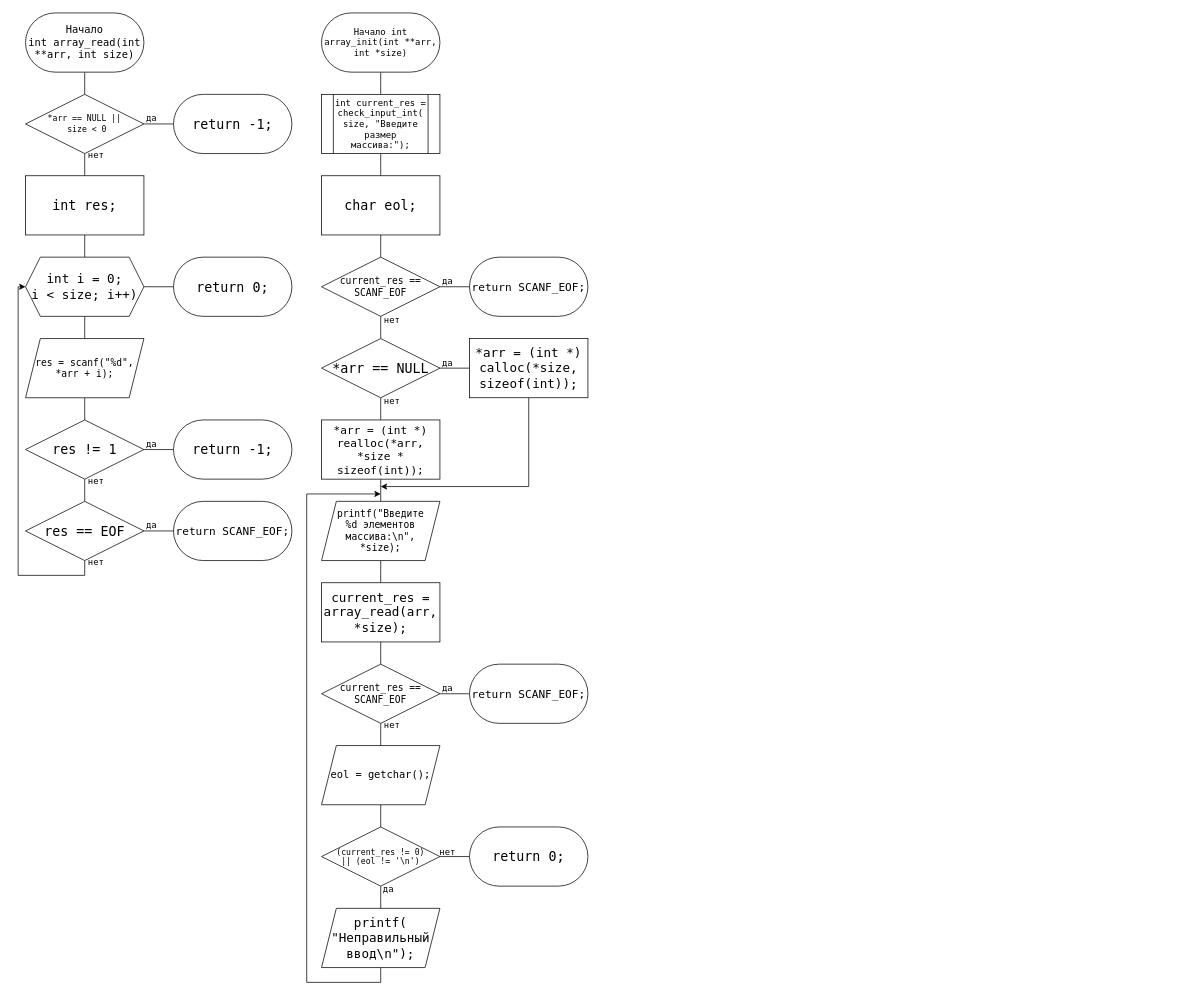
Before: lab3.drawio in molchanov71/MEPhIflowcharts, a draw.io diagram. Source tidied: cells renumbered, new cells numbered last; positions are measured from the earlier drawing's top-left corner, leaving out a move shared by most shapes. Both pictures are drawn from the tidied source at 74%, with x=0, y=0 at pixel (18, 13).
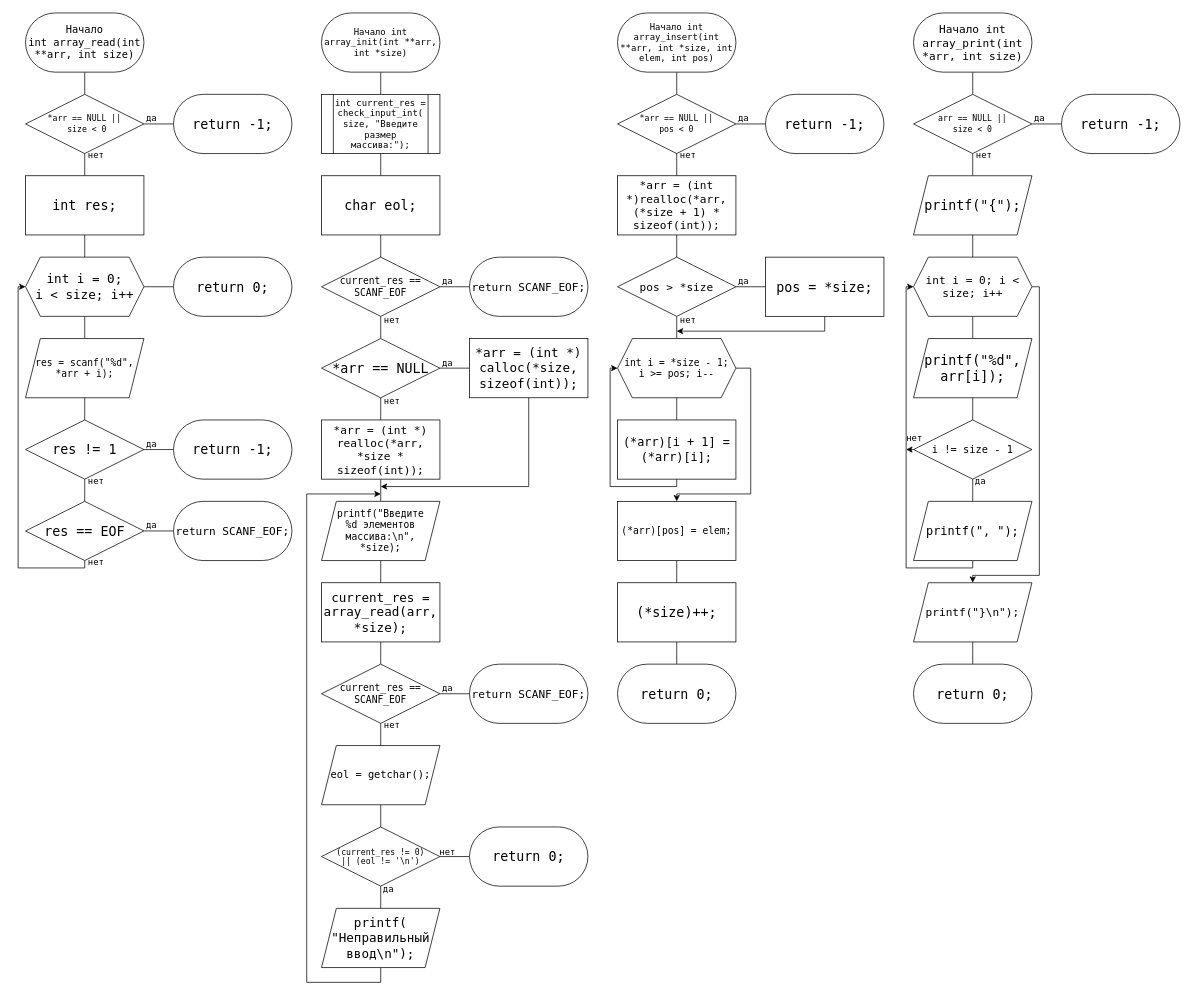
Above is the later version.

Unchanged cells that the change refers to:
```xml
<mxCell id="21" value="&lt;font style=&quot;font-size: 18px;&quot; face=&quot;Lucida Console&quot;&gt;res == EOF&lt;/font&gt;" style="rhombus;whiteSpace=wrap;html=1;" parent="1" vertex="1">
  <mxGeometry x="10" y="660" width="160" height="80" as="geometry" />
</mxCell>
```

What changed in the source:
```diff
@@
-    <mxCell id="12" value="&lt;font style=&quot;font-size: 17px;&quot;&gt;int i = 0; &lt;br&gt;i &amp;lt; size; i++)&lt;/font&gt;" style="shape=hexagon;perimeter=hexagonPerimeter2;whiteSpace=wrap;html=1;fixedSize=1;fontFamily=Lucida Console;" parent="1" vertex="1">
+    <mxCell id="12" value="&lt;font style=&quot;font-size: 17px;&quot;&gt;int i = 0; &lt;br&gt;i &amp;lt; size; i++&lt;/font&gt;" style="shape=hexagon;perimeter=hexagonPerimeter2;whiteSpace=wrap;html=1;fixedSize=1;fontFamily=Lucida Console;" parent="1" vertex="1">
       <mxGeometry x="10" y="330" width="160" height="80" as="geometry" />
     </mxCell>
@@
     <mxCell id="19" style="edgeStyle=orthogonalEdgeStyle;rounded=0;jettySize=auto;html=1;exitX=0.5;exitY=1;exitDx=0;exitDy=0;entryX=0;entryY=0.5;entryDx=0;entryDy=0;" parent="1" edge="1" source="21" target="12">
       <mxGeometry relative="1" as="geometry">
         <Array as="points">
-          <mxPoint x="90" y="760" />
-          <mxPoint y="760" />
+          <mxPoint x="90" y="750" />
+          <mxPoint y="750" />
           <mxPoint y="370" />
         </Array>
       </mxGeometry>
     </mxCell>
@@
+    <mxCell id="71" style="edgeStyle=orthogonalEdgeStyle;rounded=0;jettySize=auto;html=1;exitX=0.5;exitY=1;exitDx=0;exitDy=0;entryX=0.5;entryY=0;entryDx=0;entryDy=0;endArrow=none;endFill=0;" parent="1" edge="1" source="72" target="74">
+      <mxGeometry relative="1" as="geometry" />
+    </mxCell>
+    <mxCell id="72" value="&lt;font face=&quot;Lucida Console&quot;&gt;Начало&amp;nbsp;int array_insert(int **arr, int *size, int elem, int pos)&lt;/font&gt;" style="rounded=1;whiteSpace=wrap;html=1;arcSize=50;" parent="1" vertex="1">
+      <mxGeometry x="810" width="160" height="80" as="geometry" />
+    </mxCell>
+    <mxCell id="73" style="edgeStyle=orthogonalEdgeStyle;rounded=0;jettySize=auto;html=1;exitX=1;exitY=0.5;exitDx=0;exitDy=0;entryX=0;entryY=0.5;entryDx=0;entryDy=0;endArrow=none;endFill=0;" parent="1" edge="1" source="74" target="75">
+      <mxGeometry relative="1" as="geometry" />
+    </mxCell>
+    <mxCell id="74" value="&lt;font style=&quot;font-size: 11px;&quot; face=&quot;Lucida Console&quot;&gt;*arr == NULL ||&lt;br&gt;pos &amp;lt; 0&lt;/font&gt;" style="rhombus;whiteSpace=wrap;html=1;" parent="1" vertex="1">
+      <mxGeometry x="810" y="110" width="160" height="80" as="geometry" />
+    </mxCell>
+    <mxCell id="75" value="&lt;font style=&quot;font-size: 18px;&quot; face=&quot;Lucida Console&quot;&gt;return -1;&lt;/font&gt;" style="rounded=1;whiteSpace=wrap;html=1;arcSize=50;" parent="1" vertex="1">
+      <mxGeometry x="1010" y="110" width="160" height="80" as="geometry" />
+    </mxCell>
+    <mxCell id="76" style="edgeStyle=orthogonalEdgeStyle;rounded=0;jettySize=auto;html=1;exitX=0.5;exitY=1;exitDx=0;exitDy=0;entryX=0.5;entryY=0;entryDx=0;entryDy=0;endArrow=none;endFill=0;" parent="1" edge="1" source="77" target="80">
+      <mxGeometry relative="1" as="geometry" />
+    </mxCell>
+    <mxCell id="77" value="&lt;font style=&quot;font-size: 15px;&quot; face=&quot;Lucida Console&quot;&gt;*arr = (int *)realloc(*arr, (*size + 1) * sizeof(int));&lt;/font&gt;" style="rounded=0;whiteSpace=wrap;html=1;" parent="1" vertex="1">
+      <mxGeometry x="810" y="220" width="160" height="80" as="geometry" />
+    </mxCell>
+    <mxCell id="78" style="edgeStyle=orthogonalEdgeStyle;rounded=0;jettySize=auto;html=1;exitX=1;exitY=0.5;exitDx=0;exitDy=0;entryX=0;entryY=0.5;entryDx=0;entryDy=0;endArrow=none;endFill=0;" parent="1" edge="1" source="80" target="82">
+      <mxGeometry relative="1" as="geometry" />
+    </mxCell>
+    <mxCell id="79" style="edgeStyle=orthogonalEdgeStyle;rounded=0;jettySize=auto;html=1;exitX=0.5;exitY=1;exitDx=0;exitDy=0;entryX=0.5;entryY=0;entryDx=0;entryDy=0;endArrow=none;endFill=0;" parent="1" edge="1" source="80" target="85">
+      <mxGeometry relative="1" as="geometry" />
+    </mxCell>
+    <mxCell id="80" value="&lt;font style=&quot;font-size: 15px;&quot; face=&quot;Lucida Console&quot;&gt;pos &amp;gt; *size&lt;/font&gt;" style="rhombus;whiteSpace=wrap;html=1;" parent="1" vertex="1">
+      <mxGeometry x="810" y="330" width="160" height="80" as="geometry" />
+    </mxCell>
+    <mxCell id="81" style="edgeStyle=orthogonalEdgeStyle;rounded=0;jettySize=auto;html=1;exitX=0.5;exitY=1;exitDx=0;exitDy=0;" parent="1" edge="1" source="82">
+      <mxGeometry relative="1" as="geometry">
+        <mxPoint x="890" y="430" as="targetPoint" />
+        <Array as="points">
+          <mxPoint x="1090" y="430" />
+        </Array>
+      </mxGeometry>
+    </mxCell>
+    <mxCell id="82" value="&lt;font face=&quot;Lucida Console&quot; style=&quot;font-size: 18px;&quot;&gt;pos = *size;&lt;/font&gt;" style="rounded=0;whiteSpace=wrap;html=1;" parent="1" vertex="1">
+      <mxGeometry x="1010" y="330" width="160" height="80" as="geometry" />
+    </mxCell>
+    <mxCell id="83" style="edgeStyle=orthogonalEdgeStyle;rounded=0;jettySize=auto;html=1;exitX=0.5;exitY=1;exitDx=0;exitDy=0;entryX=0.5;entryY=0;entryDx=0;entryDy=0;endArrow=none;endFill=0;" parent="1" edge="1" source="85" target="87">
+      <mxGeometry relative="1" as="geometry" />
+    </mxCell>
+    <mxCell id="84" style="edgeStyle=orthogonalEdgeStyle;rounded=0;jettySize=auto;html=1;exitX=1;exitY=0.5;exitDx=0;exitDy=0;entryX=0.5;entryY=0;entryDx=0;entryDy=0;" parent="1" edge="1" source="85" target="89">
+      <mxGeometry relative="1" as="geometry">
+        <Array as="points">
+          <mxPoint x="990" y="480" />
+          <mxPoint x="990" y="650" />
+          <mxPoint x="890" y="650" />
+        </Array>
+      </mxGeometry>
+    </mxCell>
+    <mxCell id="85" value="&lt;font style=&quot;font-size: 13px;&quot; face=&quot;Lucida Console&quot;&gt;int i = *size - 1;&lt;br&gt;i &amp;gt;= pos; i--&lt;/font&gt;" style="shape=hexagon;perimeter=hexagonPerimeter2;whiteSpace=wrap;html=1;fixedSize=1;" parent="1" vertex="1">
+      <mxGeometry x="810" y="440" width="160" height="80" as="geometry" />
+    </mxCell>
+    <mxCell id="86" style="edgeStyle=orthogonalEdgeStyle;rounded=0;jettySize=auto;html=1;exitX=0.5;exitY=1;exitDx=0;exitDy=0;entryX=0;entryY=0.5;entryDx=0;entryDy=0;" parent="1" edge="1" source="87" target="85">
+      <mxGeometry relative="1" as="geometry">
+        <Array as="points">
+          <mxPoint x="890" y="640" />
+          <mxPoint x="800" y="640" />
+          <mxPoint x="800" y="480" />
+        </Array>
+      </mxGeometry>
+    </mxCell>
+    <mxCell id="87" value="&lt;font style=&quot;font-size: 16px;&quot; face=&quot;Lucida Console&quot;&gt;(*arr)[i + 1] = (*arr)[i];&lt;/font&gt;" style="rounded=0;whiteSpace=wrap;html=1;" parent="1" vertex="1">
+      <mxGeometry x="810" y="550" width="160" height="80" as="geometry" />
+    </mxCell>
+    <mxCell id="88" style="edgeStyle=orthogonalEdgeStyle;rounded=0;jettySize=auto;html=1;exitX=0.5;exitY=1;exitDx=0;exitDy=0;entryX=0.5;entryY=0;entryDx=0;entryDy=0;endArrow=none;endFill=0;" parent="1" edge="1" source="89" target="91">
+      <mxGeometry relative="1" as="geometry" />
+    </mxCell>
+    <mxCell id="89" value="&lt;font style=&quot;font-size: 13px;&quot; face=&quot;Lucida Console&quot;&gt;(*arr)[pos] = elem;&lt;/font&gt;" style="rounded=0;whiteSpace=wrap;html=1;" parent="1" vertex="1">
+      <mxGeometry x="810" y="660" width="160" height="80" as="geometry" />
+    </mxCell>
+    <mxCell id="90" style="edgeStyle=orthogonalEdgeStyle;rounded=0;jettySize=auto;html=1;exitX=0.5;exitY=1;exitDx=0;exitDy=0;entryX=0.5;entryY=0;entryDx=0;entryDy=0;endArrow=none;endFill=0;" parent="1" edge="1" source="91" target="92">
+      <mxGeometry relative="1" as="geometry" />
+    </mxCell>
+    <mxCell id="91" value="&lt;font style=&quot;font-size: 18px;&quot; face=&quot;Lucida Console&quot;&gt;(*size)++;&lt;/font&gt;" style="rounded=0;whiteSpace=wrap;html=1;" parent="1" vertex="1">
+      <mxGeometry x="810" y="770" width="160" height="80" as="geometry" />
+    </mxCell>
+    <mxCell id="92" value="&lt;font style=&quot;font-size: 18px;&quot; face=&quot;Lucida Console&quot;&gt;return 0;&lt;/font&gt;" style="rounded=1;whiteSpace=wrap;html=1;arcSize=50;" parent="1" vertex="1">
+      <mxGeometry x="810" y="880" width="160" height="80" as="geometry" />
+    </mxCell>
+    <mxCell id="93" style="endArrow=none;html=1;rounded=0;entryX=0.5;entryY=1;entryDx=0;entryDy=0;exitX=0.5;exitY=0;exitDx=0;exitDy=0;" parent="1" edge="1" source="77" target="74">
+      <mxGeometry relative="1" as="geometry" />
+    </mxCell>
+    <mxCell id="94" value="&lt;font face=&quot;Lucida Console&quot;&gt;да&lt;/font&gt;" style="text;html=1;align=center;verticalAlign=middle;strokeColor=none;fillColor=none;" parent="1" vertex="1">
+      <mxGeometry x="960" y="128" width="40" height="30" as="geometry" />
+    </mxCell>
+    <mxCell id="95" value="&lt;font face=&quot;Lucida Console&quot;&gt;нет&lt;/font&gt;" style="text;html=1;align=center;verticalAlign=middle;strokeColor=none;fillColor=none;" parent="1" vertex="1">
+      <mxGeometry x="880" y="178" width="50" height="30" as="geometry" />
+    </mxCell>
+    <mxCell id="96" value="&lt;font face=&quot;Lucida Console&quot;&gt;да&lt;/font&gt;" style="text;html=1;align=center;verticalAlign=middle;strokeColor=none;fillColor=none;" parent="1" vertex="1">
+      <mxGeometry x="960" y="348" width="40" height="30" as="geometry" />
+    </mxCell>
+    <mxCell id="97" value="&lt;font face=&quot;Lucida Console&quot;&gt;нет&lt;/font&gt;" style="text;html=1;align=center;verticalAlign=middle;strokeColor=none;fillColor=none;" parent="1" vertex="1">
+      <mxGeometry x="880" y="400" width="50" height="30" as="geometry" />
+    </mxCell>
+    <mxCell id="98" style="edgeStyle=orthogonalEdgeStyle;rounded=0;jettySize=auto;html=1;exitX=0.5;exitY=1;exitDx=0;exitDy=0;entryX=0.5;entryY=0;entryDx=0;entryDy=0;endArrow=none;endFill=0;" parent="1" edge="1" source="99" target="102">
+      <mxGeometry relative="1" as="geometry" />
+    </mxCell>
+    <mxCell id="99" value="&lt;font style=&quot;font-size: 15px;&quot; face=&quot;Lucida Console&quot;&gt;Начало int array_print(int *arr, int size)&lt;/font&gt;" style="rounded=1;whiteSpace=wrap;html=1;arcSize=50;" parent="1" vertex="1">
+      <mxGeometry x="1210" width="160" height="80" as="geometry" />
+    </mxCell>
+    <mxCell id="100" style="edgeStyle=orthogonalEdgeStyle;rounded=0;jettySize=auto;html=1;exitX=1;exitY=0.5;exitDx=0;exitDy=0;entryX=0;entryY=0.5;entryDx=0;entryDy=0;endArrow=none;endFill=0;" parent="1" edge="1" source="102" target="103">
+      <mxGeometry relative="1" as="geometry" />
+    </mxCell>
+    <mxCell id="101" style="edgeStyle=orthogonalEdgeStyle;rounded=0;jettySize=auto;html=1;exitX=0.5;exitY=1;exitDx=0;exitDy=0;entryX=0.5;entryY=0;entryDx=0;entryDy=0;endArrow=none;endFill=0;" parent="1" edge="1" source="102" target="105">
+      <mxGeometry relative="1" as="geometry" />
+    </mxCell>
+    <mxCell id="102" value="&lt;font style=&quot;font-size: 11px;&quot; face=&quot;Lucida Console&quot;&gt;arr == NULL ||&lt;br&gt;size &amp;lt; 0&lt;/font&gt;" style="rhombus;whiteSpace=wrap;html=1;" parent="1" vertex="1">
+      <mxGeometry x="1210" y="110" width="160" height="80" as="geometry" />
+    </mxCell>
+    <mxCell id="103" value="&lt;font style=&quot;font-size: 18px;&quot; face=&quot;Lucida Console&quot;&gt;return -1;&lt;/font&gt;" style="rounded=1;whiteSpace=wrap;html=1;arcSize=50;" parent="1" vertex="1">
+      <mxGeometry x="1410" y="110" width="160" height="80" as="geometry" />
+    </mxCell>
+    <mxCell id="104" style="edgeStyle=orthogonalEdgeStyle;rounded=0;jettySize=auto;html=1;exitX=0.5;exitY=1;exitDx=0;exitDy=0;entryX=0.5;entryY=0;entryDx=0;entryDy=0;endArrow=none;endFill=0;" parent="1" edge="1" source="105" target="108">
+      <mxGeometry relative="1" as="geometry" />
+    </mxCell>
+    <mxCell id="105" value="&lt;font style=&quot;font-size: 18px;&quot; face=&quot;Lucida Console&quot;&gt;printf(&quot;{&quot;);&lt;/font&gt;" style="shape=parallelogram;perimeter=parallelogramPerimeter;whiteSpace=wrap;html=1;fixedSize=1;" parent="1" vertex="1">
+      <mxGeometry x="1210" y="220" width="160" height="80" as="geometry" />
+    </mxCell>
+    <mxCell id="106" style="edgeStyle=orthogonalEdgeStyle;rounded=0;jettySize=auto;html=1;exitX=0.5;exitY=1;exitDx=0;exitDy=0;entryX=0.5;entryY=0;entryDx=0;entryDy=0;endArrow=none;endFill=0;" parent="1" edge="1" source="108" target="110">
+      <mxGeometry relative="1" as="geometry" />
+    </mxCell>
+    <mxCell id="107" style="edgeStyle=orthogonalEdgeStyle;rounded=0;jettySize=auto;html=1;exitX=1;exitY=0.5;exitDx=0;exitDy=0;entryX=0.5;entryY=0;entryDx=0;entryDy=0;" parent="1" edge="1" source="108" target="117">
+      <mxGeometry relative="1" as="geometry">
+        <Array as="points">
+          <mxPoint x="1380" y="370" />
+          <mxPoint x="1380" y="760" />
+          <mxPoint x="1290" y="760" />
+        </Array>
+      </mxGeometry>
+    </mxCell>
+    <mxCell id="108" value="&lt;font style=&quot;font-size: 15px;&quot; face=&quot;Lucida Console&quot;&gt;int i = 0; i &amp;lt; size; i++&lt;/font&gt;" style="shape=hexagon;perimeter=hexagonPerimeter2;whiteSpace=wrap;html=1;fixedSize=1;" parent="1" vertex="1">
+      <mxGeometry x="1210" y="330" width="160" height="80" as="geometry" />
+    </mxCell>
+    <mxCell id="109" style="edgeStyle=orthogonalEdgeStyle;rounded=0;jettySize=auto;html=1;exitX=0.5;exitY=1;exitDx=0;exitDy=0;entryX=0.5;entryY=0;entryDx=0;entryDy=0;endArrow=none;endFill=0;" parent="1" edge="1" source="110" target="113">
+      <mxGeometry relative="1" as="geometry" />
+    </mxCell>
+    <mxCell id="110" value="&lt;font style=&quot;font-size: 18px;&quot; face=&quot;Lucida Console&quot;&gt;printf(&quot;%d&quot;, &lt;br&gt;arr[i]);&lt;/font&gt;" style="shape=parallelogram;perimeter=parallelogramPerimeter;whiteSpace=wrap;html=1;fixedSize=1;" parent="1" vertex="1">
+      <mxGeometry x="1210" y="440" width="160" height="80" as="geometry" />
+    </mxCell>
+    <mxCell id="111" style="edgeStyle=orthogonalEdgeStyle;rounded=0;jettySize=auto;html=1;exitX=0.5;exitY=1;exitDx=0;exitDy=0;entryX=0.5;entryY=0;entryDx=0;entryDy=0;endArrow=none;endFill=0;" parent="1" edge="1" source="113" target="115">
+      <mxGeometry relative="1" as="geometry" />
+    </mxCell>
+    <mxCell id="112" style="edgeStyle=orthogonalEdgeStyle;rounded=0;jettySize=auto;html=1;exitX=0;exitY=0.5;exitDx=0;exitDy=0;" parent="1" edge="1" source="113">
+      <mxGeometry relative="1" as="geometry">
+        <mxPoint x="1200" y="589.7" as="targetPoint" />
+      </mxGeometry>
+    </mxCell>
+    <mxCell id="113" value="&lt;font style=&quot;font-size: 14px;&quot; face=&quot;Lucida Console&quot;&gt;i != size - 1&lt;/font&gt;" style="rhombus;whiteSpace=wrap;html=1;" parent="1" vertex="1">
+      <mxGeometry x="1210" y="550" width="160" height="80" as="geometry" />
+    </mxCell>
+    <mxCell id="114" style="edgeStyle=orthogonalEdgeStyle;rounded=0;jettySize=auto;html=1;exitX=0.5;exitY=1;exitDx=0;exitDy=0;entryX=0;entryY=0.5;entryDx=0;entryDy=0;" parent="1" edge="1" source="115" target="108">
+      <mxGeometry relative="1" as="geometry">
+        <Array as="points">
+          <mxPoint x="1290" y="750" />
+          <mxPoint x="1200" y="750" />
+          <mxPoint x="1200" y="370" />
+        </Array>
+      </mxGeometry>
+    </mxCell>
+    <mxCell id="115" value="&lt;font style=&quot;font-size: 16px;&quot; face=&quot;Lucida Console&quot;&gt;printf(&quot;, &quot;);&lt;/font&gt;" style="shape=parallelogram;perimeter=parallelogramPerimeter;whiteSpace=wrap;html=1;fixedSize=1;" parent="1" vertex="1">
+      <mxGeometry x="1210" y="660" width="160" height="80" as="geometry" />
+    </mxCell>
+    <mxCell id="116" style="edgeStyle=orthogonalEdgeStyle;rounded=0;jettySize=auto;html=1;exitX=0.5;exitY=1;exitDx=0;exitDy=0;entryX=0.5;entryY=0;entryDx=0;entryDy=0;endArrow=none;endFill=0;" parent="1" edge="1" source="117" target="118">
+      <mxGeometry relative="1" as="geometry" />
+    </mxCell>
+    <mxCell id="117" value="&lt;font style=&quot;font-size: 15px;&quot; face=&quot;Lucida Console&quot;&gt;printf(&quot;}\n&quot;);&lt;/font&gt;" style="shape=parallelogram;perimeter=parallelogramPerimeter;whiteSpace=wrap;html=1;fixedSize=1;" parent="1" vertex="1">
+      <mxGeometry x="1210" y="770" width="160" height="80" as="geometry" />
+    </mxCell>
+    <mxCell id="118" value="&lt;font style=&quot;font-size: 18px;&quot; face=&quot;Lucida Console&quot;&gt;return 0;&lt;/font&gt;" style="rounded=1;whiteSpace=wrap;html=1;arcSize=50;" parent="1" vertex="1">
+      <mxGeometry x="1210" y="880" width="160" height="80" as="geometry" />
+    </mxCell>
+    <mxCell id="119" value="&lt;font face=&quot;Lucida Console&quot;&gt;да&lt;/font&gt;" style="text;html=1;align=center;verticalAlign=middle;strokeColor=none;fillColor=none;" parent="1" vertex="1">
+      <mxGeometry x="1360" y="128" width="40" height="30" as="geometry" />
+    </mxCell>
+    <mxCell id="120" value="&lt;font face=&quot;Lucida Console&quot;&gt;нет&lt;/font&gt;" style="text;html=1;align=center;verticalAlign=middle;strokeColor=none;fillColor=none;" parent="1" vertex="1">
+      <mxGeometry x="1280" y="178" width="50" height="30" as="geometry" />
+    </mxCell>
+    <mxCell id="121" value="&lt;font face=&quot;Lucida Console&quot;&gt;нет&lt;/font&gt;" style="text;html=1;align=center;verticalAlign=middle;strokeColor=none;fillColor=none;" parent="1" vertex="1">
+      <mxGeometry x="1186" y="560" width="50" height="30" as="geometry" />
+    </mxCell>
+    <mxCell id="122" value="&lt;font face=&quot;Lucida Console&quot;&gt;да&lt;/font&gt;" style="text;html=1;align=center;verticalAlign=middle;strokeColor=none;fillColor=none;" parent="1" vertex="1">
+      <mxGeometry x="1280" y="618" width="40" height="30" as="geometry" />
+    </mxCell>
```
